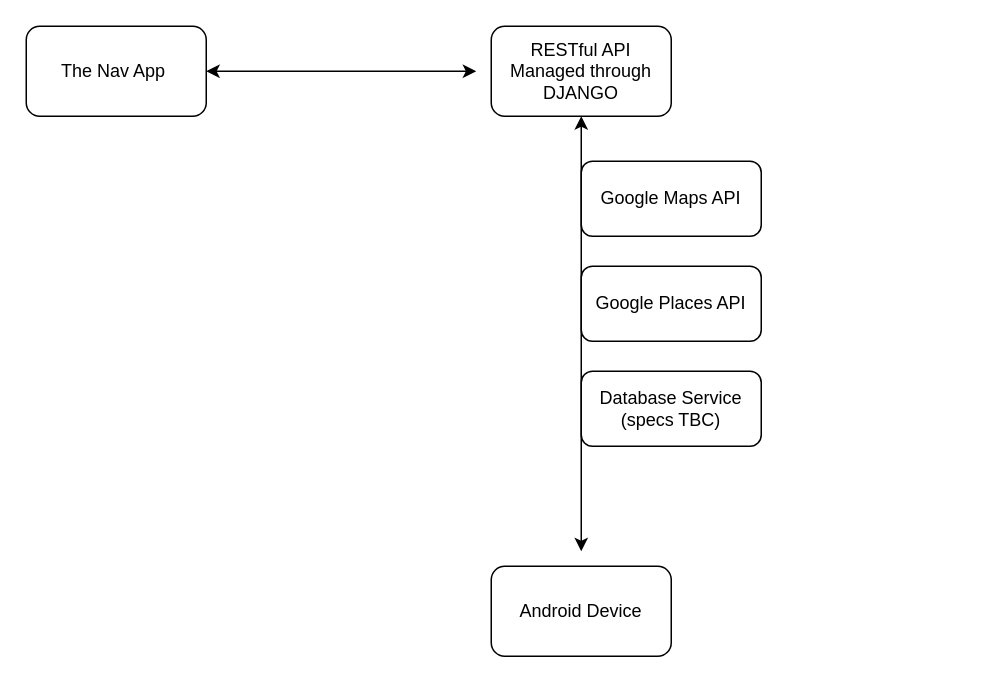
Earlier version of the draw.io diagram the_nav_proj_architecture.drawio (DariaVesela/TheNavigationProject). Source tidied: cells renumbered, new cells numbered last; positions are measured from the earlier drawing's top-left corner, leaving out a move shared by most shapes. Both pictures are drawn from the tidied source at 150%, with x=0, y=0 at pixel (26, 26).
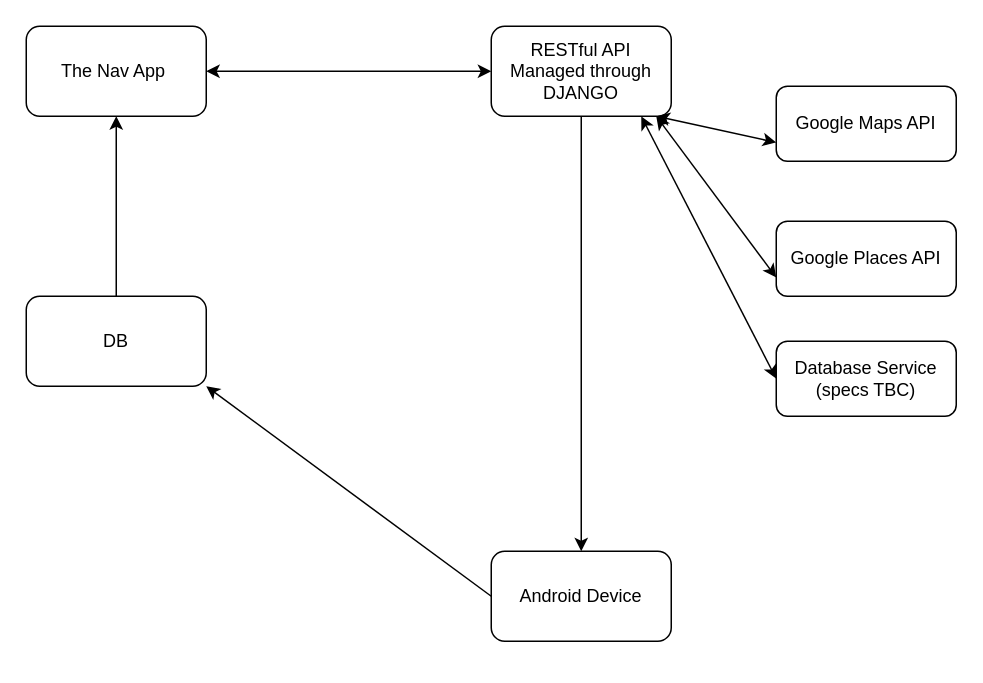
The same page after the edit.

Commit message:
changed the connection style to the APIs, added a DB connection

What changed in the source:
```diff
@@
 <mxGraphModel>
   <root>
     <mxCell id="0" />
     <mxCell id="1" parent="0" />
     <mxCell id="2" value="The Nav App&amp;nbsp;" style="rounded=1;whiteSpace=wrap;html=1;" parent="1" vertex="1">
       <mxGeometry width="120" height="60" as="geometry" />
     </mxCell>
-    <mxCell id="3" style="endArrow=classic;startArrow=classic;html=1;rounded=0;exitX=1;exitY=0.5;exitDx=0;exitDy=0;" parent="1" edge="1" source="2">
-      <mxGeometry relative="1" as="geometry">
-        <mxPoint x="300" y="30" as="targetPoint" />
-      </mxGeometry>
+    <mxCell id="3" style="endArrow=classic;startArrow=classic;html=1;rounded=0;exitX=1;exitY=0.5;exitDx=0;exitDy=0;entryX=0;entryY=0.5;entryDx=0;entryDy=0;" parent="1" edge="1" source="2" target="4">
+      <mxGeometry relative="1" as="geometry" />
     </mxCell>
     <mxCell id="4" value="RESTful API&lt;div&gt;Managed through DJANGO&lt;/div&gt;" style="rounded=1;whiteSpace=wrap;html=1;" parent="1" vertex="1">
       <mxGeometry x="310" width="120" height="60" as="geometry" />
     </mxCell>
-    <mxCell id="5" style="endArrow=classic;startArrow=classic;html=1;rounded=0;entryX=0.5;entryY=1;entryDx=0;entryDy=0;" parent="1" edge="1" target="4">
-      <mxGeometry relative="1" as="geometry">
-        <mxPoint x="370" y="350" as="sourcePoint" />
-      </mxGeometry>
-    </mxCell>
     <mxCell id="6" value="Google Places API" style="rounded=1;whiteSpace=wrap;html=1;" parent="1" vertex="1">
-      <mxGeometry x="370" y="160" width="120" height="50" as="geometry" />
+      <mxGeometry x="500" y="130" width="120" height="50" as="geometry" />
     </mxCell>
     <mxCell id="7" value="Android Device" style="rounded=1;whiteSpace=wrap;html=1;" parent="1" vertex="1">
-      <mxGeometry x="310" y="360" width="120" height="60" as="geometry" />
+      <mxGeometry x="310" y="350" width="120" height="60" as="geometry" />
     </mxCell>
     <mxCell id="8" value="Google Maps API" style="rounded=1;whiteSpace=wrap;html=1;" parent="1" vertex="1">
-      <mxGeometry x="370" y="90" width="120" height="50" as="geometry" />
+      <mxGeometry x="500" y="40" width="120" height="50" as="geometry" />
     </mxCell>
     <mxCell id="9" value="Database Service (specs TBC)" style="rounded=1;whiteSpace=wrap;html=1;" parent="1" vertex="1">
-      <mxGeometry x="370" y="230" width="120" height="50" as="geometry" />
+      <mxGeometry x="500" y="210" width="120" height="50" as="geometry" />
     </mxCell>
+    <mxCell id="10" value="DB" style="rounded=1;whiteSpace=wrap;html=1;" parent="1" vertex="1">
+      <mxGeometry y="180" width="120" height="60" as="geometry" />
+    </mxCell>
+    <mxCell id="11" style="endArrow=classic;html=1;rounded=0;exitX=0;exitY=0.5;exitDx=0;exitDy=0;entryX=1;entryY=1;entryDx=0;entryDy=0;" parent="1" edge="1" source="7" target="10">
+      <mxGeometry relative="1" as="geometry" />
+    </mxCell>
+    <mxCell id="12" style="endArrow=classic;html=1;rounded=0;entryX=0.5;entryY=1;entryDx=0;entryDy=0;exitX=0.5;exitY=0;exitDx=0;exitDy=0;" parent="1" edge="1" source="10" target="2">
+      <mxGeometry relative="1" as="geometry" />
+    </mxCell>
+    <mxCell id="13" style="endArrow=classic;startArrow=classic;html=1;rounded=0;entryX=0;entryY=0.75;entryDx=0;entryDy=0;" parent="1" edge="1" target="8">
+      <mxGeometry relative="1" as="geometry">
+        <mxPoint x="420" y="60" as="sourcePoint" />
+      </mxGeometry>
+    </mxCell>
+    <mxCell id="14" style="endArrow=classic;startArrow=classic;html=1;rounded=0;entryX=0;entryY=0.75;entryDx=0;entryDy=0;" parent="1" edge="1" target="6">
+      <mxGeometry relative="1" as="geometry">
+        <mxPoint x="420" y="60" as="sourcePoint" />
+      </mxGeometry>
+    </mxCell>
+    <mxCell id="15" style="endArrow=classic;startArrow=classic;html=1;rounded=0;entryX=0;entryY=0.5;entryDx=0;entryDy=0;" parent="1" edge="1" target="9">
+      <mxGeometry relative="1" as="geometry">
+        <mxPoint x="410" y="60" as="sourcePoint" />
+      </mxGeometry>
+    </mxCell>
+    <mxCell id="16" style="endArrow=classic;html=1;rounded=0;exitX=0.5;exitY=1;exitDx=0;exitDy=0;" parent="1" edge="1" source="4" target="7">
+      <mxGeometry relative="1" as="geometry" />
+    </mxCell>
   </root>
 </mxGraphModel>
```
